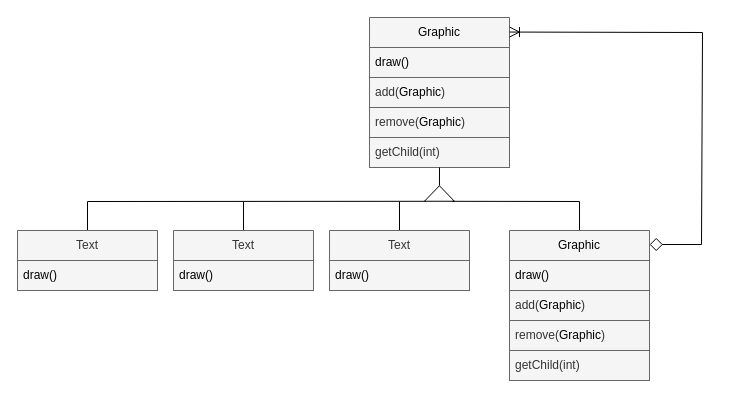
Above: posts/imagens/composite/estruturaExemploGof.drawio in 20231-ifba-saj-ads-ppr/blog-material-aula (draw.io), before the change. Source tidied: cells renumbered, new cells numbered last; positions are measured from the earlier drawing's top-left corner, leaving out a move shared by most shapes. Both pictures are drawn from the tidied source at 100%, with x=0, y=0 at pixel (17, 17).
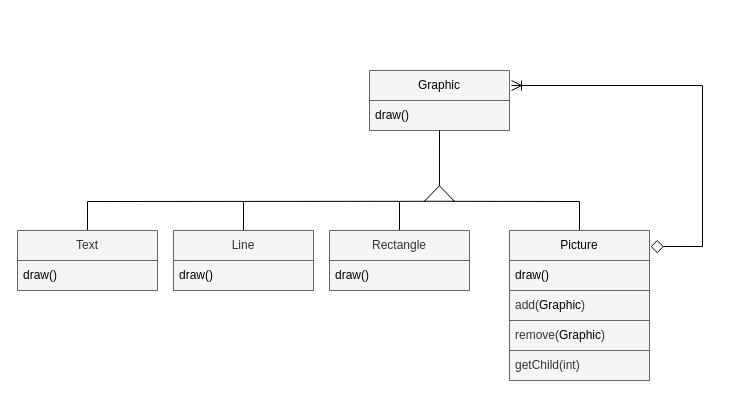
Above is the later version.

The change refers to these unchanged cells:
```xml
<mxCell id="11" style="triangle;whiteSpace=wrap;html=1;rotation=-90;" parent="1" vertex="1">
  <mxGeometry x="414.2" y="161" width="15.5" height="30" as="geometry" />
</mxCell>
```

Diff of the diagram source:
```diff
@@
     <mxCell id="2" value="&lt;font color=&quot;#000000&quot;&gt;Graphic&lt;/font&gt;" style="swimlane;fontStyle=0;horizontal=1;startSize=30;whiteSpace=wrap;html=1;fillColor=#f5f5f5;fontColor=#333333;strokeColor=#666666;" parent="1" vertex="1">
-      <mxGeometry x="352" width="140" height="150" as="geometry" />
+      <mxGeometry x="352" y="53" width="140" height="60" as="geometry" />
     </mxCell>
@@
-    <mxCell id="4" value="add(&lt;span style=&quot;color: rgb(0, 0, 0); text-align: center;&quot;&gt;Graphic&lt;/span&gt;)" style="text;strokeColor=#666666;fillColor=#f5f5f5;align=left;verticalAlign=middle;spacingLeft=4;spacingRight=4;overflow=hidden;whiteSpace=wrap;html=1;fontColor=#333333;" parent="2" vertex="1">
-      <mxGeometry y="60" width="140" height="30" as="geometry" />
-    </mxCell>
-    <mxCell id="5" value="remove(&lt;span style=&quot;color: rgb(0, 0, 0); text-align: center;&quot;&gt;Graphic&lt;/span&gt;)" style="text;strokeColor=#666666;fillColor=#f5f5f5;align=left;verticalAlign=middle;spacingLeft=4;spacingRight=4;overflow=hidden;whiteSpace=wrap;html=1;fontColor=#333333;" parent="2" vertex="1">
-      <mxGeometry y="90" width="140" height="30" as="geometry" />
-    </mxCell>
-    <mxCell id="6" value="getChild(int)" style="text;strokeColor=#666666;fillColor=#f5f5f5;align=left;verticalAlign=middle;spacingLeft=4;spacingRight=4;overflow=hidden;whiteSpace=wrap;html=1;fontColor=#333333;" parent="2" vertex="1">
-      <mxGeometry y="120" width="140" height="30" as="geometry" />
-    </mxCell>
@@
-    <mxCell id="8" value="Text" style="swimlane;fontStyle=0;horizontal=1;startSize=30;whiteSpace=wrap;html=1;fontColor=#333333;fillColor=#f5f5f5;strokeColor=#666666;" parent="1" vertex="1">
+    <mxCell id="8" value="Rectangle" style="swimlane;fontStyle=0;horizontal=1;startSize=30;whiteSpace=wrap;html=1;fontColor=#333333;fillColor=#f5f5f5;strokeColor=#666666;" parent="1" vertex="1">
       <mxGeometry x="312" y="213" width="140" height="60" as="geometry" />
     </mxCell>
@@
-    <mxCell id="10" style="endArrow=none;html=1;exitX=1;exitY=0.5;exitDx=0;exitDy=0;" parent="1" edge="1" source="11">
-      <mxGeometry relative="1" as="geometry">
-        <mxPoint x="422" y="150" as="targetPoint" />
-      </mxGeometry>
+    <mxCell id="10" style="endArrow=none;html=1;exitX=1;exitY=0.5;exitDx=0;exitDy=0;entryX=0.5;entryY=1;entryDx=0;entryDy=0;" parent="1" edge="1" source="11" target="2">
+      <mxGeometry relative="1" as="geometry" />
     </mxCell>
@@
-    <mxCell id="14" style="endArrow=ERoneToMany;html=1;rounded=0;entryX=1;entryY=0.097;entryDx=0;entryDy=0;entryPerimeter=0;endFill=0;startArrow=diamond;startFill=0;targetPerimeterSpacing=0;endSize=8;startSize=11;" parent="1" edge="1" target="2">
+    <mxCell id="14" style="endArrow=ERoneToMany;html=1;rounded=0;endFill=0;startArrow=diamond;startFill=0;targetPerimeterSpacing=0;endSize=8;startSize=11;exitX=1.007;exitY=0.107;exitDx=0;exitDy=0;exitPerimeter=0;" parent="1" edge="1" source="15">
       <mxGeometry relative="1" as="geometry">
-        <mxPoint x="632" y="227" as="sourcePoint" />
+        <mxPoint x="494" y="68" as="targetPoint" />
         <Array as="points">
-          <mxPoint x="684" y="227" />
-          <mxPoint x="685" y="15" />
+          <mxPoint x="685" y="229" />
+          <mxPoint x="685" y="68" />
         </Array>
       </mxGeometry>
     </mxCell>
-    <mxCell id="15" value="&lt;font color=&quot;#000000&quot;&gt;Graphic&lt;/font&gt;" style="swimlane;fontStyle=0;horizontal=1;startSize=30;whiteSpace=wrap;html=1;fillColor=#f5f5f5;fontColor=#333333;strokeColor=#666666;" parent="1" vertex="1">
+    <mxCell id="15" value="&lt;font color=&quot;#000000&quot;&gt;Picture&lt;/font&gt;" style="swimlane;fontStyle=0;horizontal=1;startSize=30;whiteSpace=wrap;html=1;fillColor=#f5f5f5;fontColor=#333333;strokeColor=#666666;" parent="1" vertex="1">
       <mxGeometry x="492" y="213" width="140" height="150" as="geometry" />
     </mxCell>
@@
-    <mxCell id="21" value="Text" style="swimlane;fontStyle=0;horizontal=1;startSize=30;whiteSpace=wrap;html=1;fontColor=#333333;fillColor=#f5f5f5;strokeColor=#666666;" parent="1" vertex="1">
+    <mxCell id="21" value="Line" style="swimlane;fontStyle=0;horizontal=1;startSize=30;whiteSpace=wrap;html=1;fontColor=#333333;fillColor=#f5f5f5;strokeColor=#666666;" parent="1" vertex="1">
       <mxGeometry x="156" y="213" width="140" height="60" as="geometry" />
     </mxCell>
```
